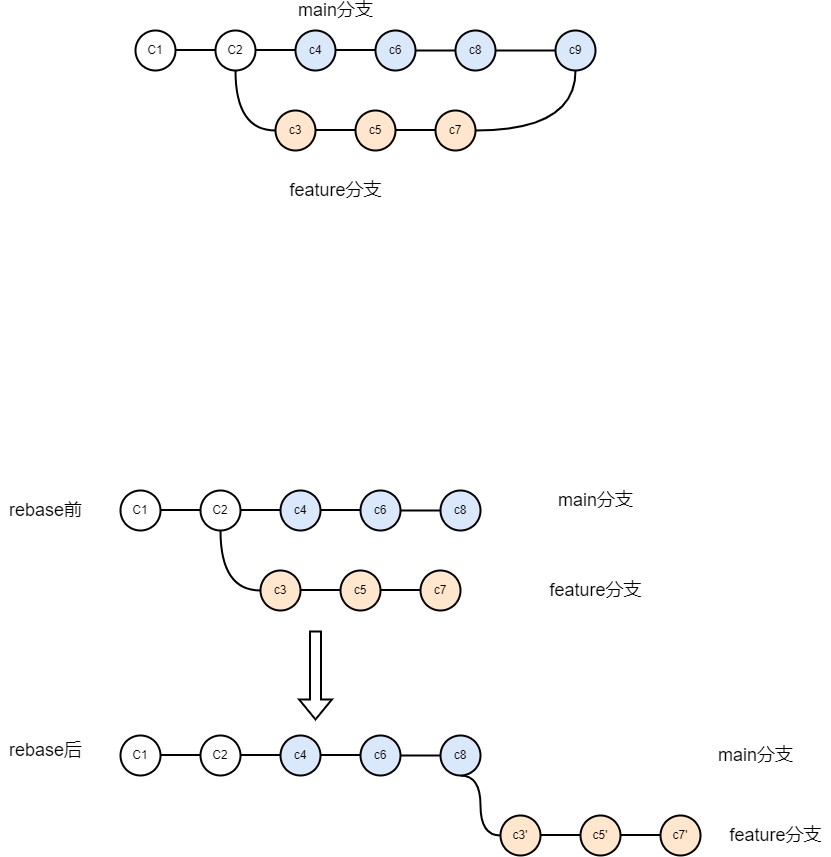
Before: blog/tool/git-merge-git-rebase/git-merge-git-rebase.png, a diagram exported from draw.io (zgjsxx/static-img-repo). Source tidied: cells renumbered, new cells last; positions are measured from the earlier drawing's top-left corner, leaving out a move shared by most shapes.
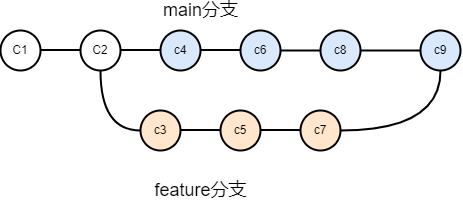
After the commit.

Diff of the diagram source:
```diff
@@ -77,151 +77,5 @@
     <mxCell id="21" value="c8" style="ellipse;whiteSpace=wrap;html=1;strokeWidth=2;fillColor=#dae8fc;strokeColor=#000000;" parent="1" vertex="1">
       <mxGeometry x="455" y="30" width="40" height="40" as="geometry" />
     </mxCell>
-    <mxCell id="22" value="C1" style="ellipse;whiteSpace=wrap;html=1;strokeWidth=2;" parent="1" vertex="1">
-      <mxGeometry x="120" y="490" width="40" height="40" as="geometry" />
-    </mxCell>
-    <mxCell id="23" style="edgeStyle=orthogonalEdgeStyle;curved=1;rounded=0;jettySize=auto;html=1;exitX=0.5;exitY=1;exitDx=0;exitDy=0;entryX=0;entryY=0.5;entryDx=0;entryDy=0;endArrow=none;endFill=0;strokeWidth=2;" parent="1" edge="1" source="24" target="26">
-      <mxGeometry relative="1" as="geometry" />
-    </mxCell>
-    <mxCell id="24" value="C2" style="ellipse;whiteSpace=wrap;html=1;strokeWidth=2;" parent="1" vertex="1">
-      <mxGeometry x="200" y="490" width="40" height="40" as="geometry" />
-    </mxCell>
-    <mxCell id="25" style="endArrow=none;html=1;rounded=0;exitX=1;exitY=0.5;exitDx=0;exitDy=0;entryX=0;entryY=0.5;entryDx=0;entryDy=0;strokeWidth=2;" parent="1" edge="1">
-      <mxGeometry relative="1" as="geometry">
-        <mxPoint x="160" y="509.5" as="sourcePoint" />
-        <mxPoint x="200" y="509.5" as="targetPoint" />
-      </mxGeometry>
-    </mxCell>
-    <mxCell id="26" value="c3" style="ellipse;whiteSpace=wrap;html=1;strokeWidth=2;fillColor=#ffe6cc;strokeColor=#000000;" parent="1" vertex="1">
-      <mxGeometry x="260" y="570" width="40" height="40" as="geometry" />
-    </mxCell>
-    <mxCell id="27" value="c5" style="ellipse;whiteSpace=wrap;html=1;strokeWidth=2;fillColor=#ffe6cc;strokeColor=#000000;" parent="1" vertex="1">
-      <mxGeometry x="340" y="570" width="40" height="40" as="geometry" />
-    </mxCell>
-    <mxCell id="28" style="endArrow=none;html=1;rounded=0;exitX=1;exitY=0.5;exitDx=0;exitDy=0;entryX=0;entryY=0.5;entryDx=0;entryDy=0;strokeWidth=2;fillColor=#ffe6cc;strokeColor=#000000;" parent="1" edge="1">
-      <mxGeometry relative="1" as="geometry">
-        <mxPoint x="300" y="589.5" as="sourcePoint" />
-        <mxPoint x="340" y="589.5" as="targetPoint" />
-      </mxGeometry>
-    </mxCell>
-    <mxCell id="29" value="c4" style="ellipse;whiteSpace=wrap;html=1;strokeWidth=2;fillColor=#dae8fc;strokeColor=#000000;" parent="1" vertex="1">
-      <mxGeometry x="280" y="490" width="40" height="40" as="geometry" />
-    </mxCell>
-    <mxCell id="30" style="edgeStyle=orthogonalEdgeStyle;curved=1;rounded=0;jettySize=auto;html=1;exitX=1;exitY=0.5;exitDx=0;exitDy=0;entryX=0;entryY=0.5;entryDx=0;entryDy=0;fontSize=18;endArrow=none;endFill=0;strokeColor=#000000;strokeWidth=2;" parent="1" edge="1" source="31" target="38">
-      <mxGeometry relative="1" as="geometry" />
-    </mxCell>
-    <mxCell id="31" value="c6" style="ellipse;whiteSpace=wrap;html=1;strokeWidth=2;fillColor=#dae8fc;strokeColor=#000000;" parent="1" vertex="1">
-      <mxGeometry x="360" y="490" width="40" height="40" as="geometry" />
-    </mxCell>
-    <mxCell id="32" style="endArrow=none;html=1;rounded=0;exitX=1;exitY=0.5;exitDx=0;exitDy=0;entryX=0;entryY=0.5;entryDx=0;entryDy=0;strokeWidth=2;" parent="1" edge="1">
-      <mxGeometry relative="1" as="geometry">
-        <mxPoint x="320" y="509.5" as="sourcePoint" />
-        <mxPoint x="360" y="509.5" as="targetPoint" />
-      </mxGeometry>
-    </mxCell>
-    <mxCell id="33" style="endArrow=none;html=1;rounded=0;exitX=1;exitY=0.5;exitDx=0;exitDy=0;entryX=0;entryY=0.5;entryDx=0;entryDy=0;strokeWidth=2;" parent="1" edge="1">
-      <mxGeometry relative="1" as="geometry">
-        <mxPoint x="240" y="509.5" as="sourcePoint" />
-        <mxPoint x="280" y="509.5" as="targetPoint" />
-      </mxGeometry>
-    </mxCell>
-    <mxCell id="34" value="c7" style="ellipse;whiteSpace=wrap;html=1;strokeWidth=2;fillColor=#ffe6cc;strokeColor=#000000;" parent="1" vertex="1">
-      <mxGeometry x="420" y="570" width="40" height="40" as="geometry" />
-    </mxCell>
-    <mxCell id="35" style="endArrow=none;html=1;rounded=0;exitX=1;exitY=0.5;exitDx=0;exitDy=0;entryX=0;entryY=0.5;entryDx=0;entryDy=0;strokeWidth=2;fillColor=#ffe6cc;strokeColor=#000000;" parent="1" edge="1">
-      <mxGeometry relative="1" as="geometry">
-        <mxPoint x="380" y="589.5" as="sourcePoint" />
-        <mxPoint x="420" y="589.5" as="targetPoint" />
-      </mxGeometry>
-    </mxCell>
-    <mxCell id="36" value="&lt;font style=&quot;font-size: 18px&quot;&gt;main分支&lt;/font&gt;" style="text;html=1;align=center;verticalAlign=middle;fillColor=none;strokeColor=none;rounded=0;" parent="1" vertex="1">
-      <mxGeometry x="550" y="490" width="90" height="20" as="geometry" />
-    </mxCell>
-    <mxCell id="37" value="&lt;font style=&quot;font-size: 18px&quot;&gt;feature分支&lt;/font&gt;" style="text;html=1;align=center;verticalAlign=middle;fillColor=none;strokeColor=none;rounded=0;" parent="1" vertex="1">
-      <mxGeometry x="540" y="580" width="110" height="20" as="geometry" />
-    </mxCell>
-    <mxCell id="38" value="c8" style="ellipse;whiteSpace=wrap;html=1;strokeWidth=2;fillColor=#dae8fc;strokeColor=#000000;" parent="1" vertex="1">
-      <mxGeometry x="440" y="490" width="40" height="40" as="geometry" />
-    </mxCell>
-    <mxCell id="39" value="C1" style="ellipse;whiteSpace=wrap;html=1;strokeWidth=2;" parent="1" vertex="1">
-      <mxGeometry x="120" y="735" width="40" height="40" as="geometry" />
-    </mxCell>
-    <mxCell id="40" style="edgeStyle=orthogonalEdgeStyle;curved=1;rounded=0;jettySize=auto;html=1;exitX=0.5;exitY=1;exitDx=0;exitDy=0;entryX=0;entryY=0.5;entryDx=0;entryDy=0;endArrow=none;endFill=0;strokeWidth=2;" parent="1" edge="1" target="43">
-      <mxGeometry relative="1" as="geometry">
-        <mxPoint x="460" y="775" as="sourcePoint" />
-      </mxGeometry>
-    </mxCell>
-    <mxCell id="41" value="C2" style="ellipse;whiteSpace=wrap;html=1;strokeWidth=2;" parent="1" vertex="1">
-      <mxGeometry x="200" y="735" width="40" height="40" as="geometry" />
-    </mxCell>
-    <mxCell id="42" style="endArrow=none;html=1;rounded=0;exitX=1;exitY=0.5;exitDx=0;exitDy=0;entryX=0;entryY=0.5;entryDx=0;entryDy=0;strokeWidth=2;" parent="1" edge="1">
-      <mxGeometry relative="1" as="geometry">
-        <mxPoint x="160" y="754.5" as="sourcePoint" />
-        <mxPoint x="200" y="754.5" as="targetPoint" />
-      </mxGeometry>
-    </mxCell>
-    <mxCell id="43" value="c3'" style="ellipse;whiteSpace=wrap;html=1;strokeWidth=2;fillColor=#ffe6cc;strokeColor=#000000;" parent="1" vertex="1">
-      <mxGeometry x="500" y="815" width="40" height="40" as="geometry" />
-    </mxCell>
-    <mxCell id="44" value="c5'" style="ellipse;whiteSpace=wrap;html=1;strokeWidth=2;fillColor=#ffe6cc;strokeColor=#000000;" parent="1" vertex="1">
-      <mxGeometry x="580" y="815" width="40" height="40" as="geometry" />
-    </mxCell>
-    <mxCell id="45" style="endArrow=none;html=1;rounded=0;exitX=1;exitY=0.5;exitDx=0;exitDy=0;entryX=0;entryY=0.5;entryDx=0;entryDy=0;strokeWidth=2;fillColor=#ffe6cc;strokeColor=#000000;" parent="1" edge="1">
-      <mxGeometry relative="1" as="geometry">
-        <mxPoint x="540" y="834.5" as="sourcePoint" />
-        <mxPoint x="580" y="834.5" as="targetPoint" />
-      </mxGeometry>
-    </mxCell>
-    <mxCell id="46" value="c4" style="ellipse;whiteSpace=wrap;html=1;strokeWidth=2;fillColor=#dae8fc;strokeColor=#000000;" parent="1" vertex="1">
-      <mxGeometry x="280" y="735" width="40" height="40" as="geometry" />
-    </mxCell>
-    <mxCell id="47" style="edgeStyle=orthogonalEdgeStyle;curved=1;rounded=0;jettySize=auto;html=1;exitX=1;exitY=0.5;exitDx=0;exitDy=0;entryX=0;entryY=0.5;entryDx=0;entryDy=0;fontSize=18;endArrow=none;endFill=0;strokeColor=#000000;strokeWidth=2;" parent="1" edge="1" source="48" target="55">
-      <mxGeometry relative="1" as="geometry" />
-    </mxCell>
-    <mxCell id="48" value="c6" style="ellipse;whiteSpace=wrap;html=1;strokeWidth=2;fillColor=#dae8fc;strokeColor=#000000;" parent="1" vertex="1">
-      <mxGeometry x="360" y="735" width="40" height="40" as="geometry" />
-    </mxCell>
-    <mxCell id="49" style="endArrow=none;html=1;rounded=0;exitX=1;exitY=0.5;exitDx=0;exitDy=0;entryX=0;entryY=0.5;entryDx=0;entryDy=0;strokeWidth=2;" parent="1" edge="1">
-      <mxGeometry relative="1" as="geometry">
-        <mxPoint x="320" y="754.5" as="sourcePoint" />
-        <mxPoint x="360" y="754.5" as="targetPoint" />
-      </mxGeometry>
-    </mxCell>
-    <mxCell id="50" style="endArrow=none;html=1;rounded=0;exitX=1;exitY=0.5;exitDx=0;exitDy=0;entryX=0;entryY=0.5;entryDx=0;entryDy=0;strokeWidth=2;" parent="1" edge="1">
-      <mxGeometry relative="1" as="geometry">
-        <mxPoint x="240" y="754.5" as="sourcePoint" />
-        <mxPoint x="280" y="754.5" as="targetPoint" />
-      </mxGeometry>
-    </mxCell>
-    <mxCell id="51" value="c7'" style="ellipse;whiteSpace=wrap;html=1;strokeWidth=2;fillColor=#ffe6cc;strokeColor=#000000;" parent="1" vertex="1">
-      <mxGeometry x="660" y="815" width="40" height="40" as="geometry" />
-    </mxCell>
-    <mxCell id="52" style="endArrow=none;html=1;rounded=0;exitX=1;exitY=0.5;exitDx=0;exitDy=0;entryX=0;entryY=0.5;entryDx=0;entryDy=0;strokeWidth=2;fillColor=#ffe6cc;strokeColor=#000000;" parent="1" edge="1">
-      <mxGeometry relative="1" as="geometry">
-        <mxPoint x="620" y="834.5" as="sourcePoint" />
-        <mxPoint x="660" y="834.5" as="targetPoint" />
-      </mxGeometry>
-    </mxCell>
-    <mxCell id="53" value="&lt;font style=&quot;font-size: 18px&quot;&gt;main分支&lt;/font&gt;" style="text;html=1;align=center;verticalAlign=middle;fillColor=none;strokeColor=none;rounded=0;" parent="1" vertex="1">
-      <mxGeometry x="710" y="745" width="90" height="20" as="geometry" />
-    </mxCell>
-    <mxCell id="54" value="&lt;font style=&quot;font-size: 18px&quot;&gt;feature分支&lt;/font&gt;" style="text;html=1;align=center;verticalAlign=middle;fillColor=none;strokeColor=none;rounded=0;" parent="1" vertex="1">
-      <mxGeometry x="720" y="825" width="110" height="20" as="geometry" />
-    </mxCell>
-    <mxCell id="55" value="c8" style="ellipse;whiteSpace=wrap;html=1;strokeWidth=2;fillColor=#dae8fc;strokeColor=#000000;" parent="1" vertex="1">
-      <mxGeometry x="440" y="735" width="40" height="40" as="geometry" />
-    </mxCell>
-    <mxCell id="56" value="rebase前" style="text;html=1;align=center;verticalAlign=middle;fillColor=default;strokeColor=none;rounded=0;fontSize=18;" parent="1" vertex="1">
-      <mxGeometry y="495" width="90" height="30" as="geometry" />
-    </mxCell>
-    <mxCell id="57" value="rebase后" style="text;html=1;align=center;verticalAlign=middle;fillColor=default;strokeColor=none;rounded=0;fontSize=18;" parent="1" vertex="1">
-      <mxGeometry y="735" width="90" height="30" as="geometry" />
-    </mxCell>
-    <mxCell id="58" style="shape=flexArrow;endArrow=classic;html=1;rounded=0;fontSize=18;strokeColor=#000000;strokeWidth=2;curved=1;" parent="1" edge="1">
-      <mxGeometry relative="1" as="geometry">
-        <mxPoint x="315" y="630" as="sourcePoint" />
-        <mxPoint x="315" y="720" as="targetPoint" />
-      </mxGeometry>
-    </mxCell>
   </root>
 </mxGraphModel>
```
